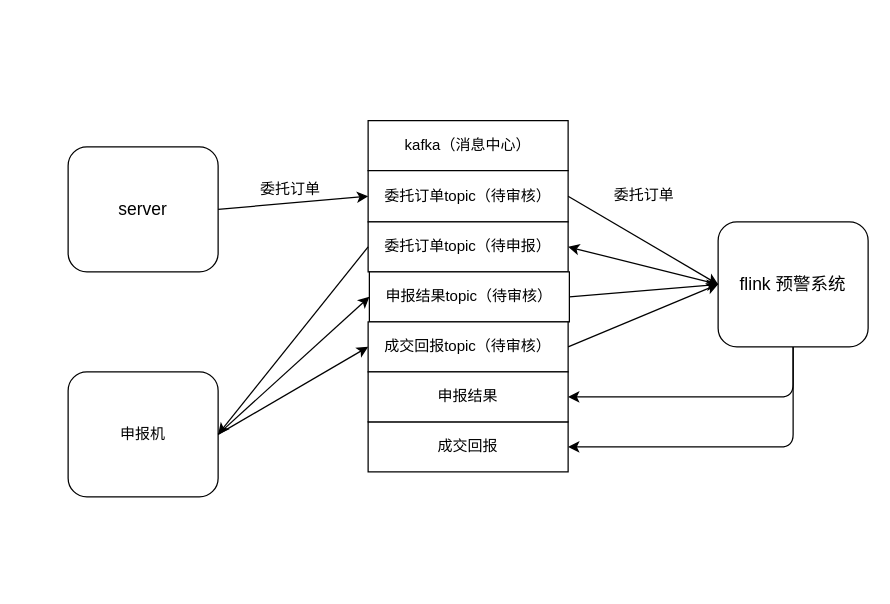
felixlin47/hello-world keeps this draw.io diagram as Untitled Diagram.drawio. Above is the earlier version. Source tidied: cells renumbered, new cells numbered last; positions are measured from the earlier drawing's top-left corner, leaving out a move shared by most shapes. Both pictures are drawn from the tidied source at 125%, with x=0, y=0 at pixel (68, 120).
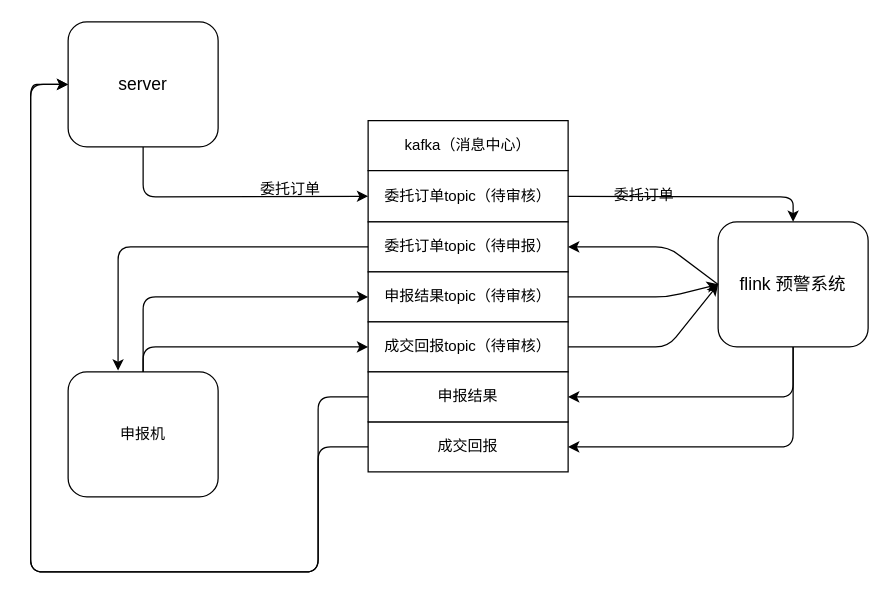
After the change.

Unchanged cells that the change refers to:
```xml
<mxCell id="2" value="申报机" style="rounded=1;whiteSpace=wrap;html=1;" parent="1" vertex="1">
  <mxGeometry y="201" width="120" height="100" as="geometry" />
</mxCell>
<mxCell id="4" value="委托订单topic（待审核）" style="rounded=0;whiteSpace=wrap;html=1;" parent="1" vertex="1">
  <mxGeometry x="240" y="40" width="160" height="41" as="geometry" />
</mxCell>
<mxCell id="5" value="委托订单topic（待申报）" style="rounded=0;whiteSpace=wrap;html=1;" parent="1" vertex="1">
  <mxGeometry x="240" y="81" width="160" height="40" as="geometry" />
</mxCell>
<mxCell id="7" value="成交回报topic（待审核）" style="rounded=0;whiteSpace=wrap;html=1;" parent="1" vertex="1">
  <mxGeometry x="240" y="161" width="160" height="40" as="geometry" />
</mxCell>
<mxCell id="8" value="成交回报" style="rounded=0;whiteSpace=wrap;html=1;" parent="1" vertex="1">
  <mxGeometry x="240" y="241" width="160" height="40" as="geometry" />
</mxCell>
<mxCell id="11" value="申报结果" style="rounded=0;whiteSpace=wrap;html=1;" parent="1" vertex="1">
  <mxGeometry x="240" y="201" width="160" height="40" as="geometry" />
</mxCell>
<mxCell id="13" value="&lt;font style=&quot;font-size: 14px&quot;&gt;flink 预警系统&lt;/font&gt;" style="rounded=1;whiteSpace=wrap;html=1;" parent="1" vertex="1">
  <mxGeometry x="520" y="81" width="120" height="100" as="geometry" />
</mxCell>
```

Change to the diagram source:
```diff
@@
     <mxCell id="6" value="申报结果topic（待审核）" style="rounded=0;whiteSpace=wrap;html=1;" parent="1" vertex="1">
-      <mxGeometry x="241" y="121" width="160" height="40" as="geometry" />
+      <mxGeometry x="240" y="121" width="160" height="40" as="geometry" />
     </mxCell>
@@
-    <mxCell id="9" style="endArrow=classic;html=1;exitX=1;exitY=0.5;exitDx=0;exitDy=0;entryX=0;entryY=0.5;entryDx=0;entryDy=0;" parent="1" edge="1" source="2" target="7">
-      <mxGeometry relative="1" as="geometry" />
+    <mxCell id="9" style="endArrow=classic;html=1;entryX=0;entryY=0.5;entryDx=0;entryDy=0;" parent="1" edge="1" target="7">
+      <mxGeometry relative="1" as="geometry">
+        <mxPoint x="60" y="201" as="sourcePoint" />
+        <Array as="points">
+          <mxPoint x="60" y="181" />
+        </Array>
+      </mxGeometry>
     </mxCell>
-    <mxCell id="10" style="endArrow=classic;html=1;exitX=0;exitY=0.5;exitDx=0;exitDy=0;entryX=1;entryY=0.5;entryDx=0;entryDy=0;" parent="1" edge="1" source="5" target="2">
-      <mxGeometry relative="1" as="geometry" />
+    <mxCell id="10" style="endArrow=classic;html=1;exitX=0;exitY=0.5;exitDx=0;exitDy=0;entryX=0.333;entryY=-0.01;entryDx=0;entryDy=0;entryPerimeter=0;" parent="1" edge="1" source="5" target="2">
+      <mxGeometry relative="1" as="geometry">
+        <Array as="points">
+          <mxPoint x="40" y="101" />
+        </Array>
+      </mxGeometry>
     </mxCell>
@@
     <mxCell id="12" value="&lt;font style=&quot;font-size: 14px&quot;&gt;server&lt;/font&gt;" style="rounded=1;whiteSpace=wrap;html=1;" parent="1" vertex="1">
-      <mxGeometry y="21" width="120" height="100" as="geometry" />
+      <mxGeometry y="-79" width="120" height="100" as="geometry" />
     </mxCell>
@@
-    <mxCell id="14" style="endArrow=classic;html=1;exitX=1;exitY=0.5;exitDx=0;exitDy=0;entryX=0;entryY=0.5;entryDx=0;entryDy=0;" parent="1" edge="1" source="4" target="13">
-      <mxGeometry relative="1" as="geometry" />
+    <mxCell id="14" style="endArrow=classic;html=1;exitX=1;exitY=0.5;exitDx=0;exitDy=0;entryX=0.5;entryY=0;entryDx=0;entryDy=0;" parent="1" edge="1" source="4" target="13">
+      <mxGeometry relative="1" as="geometry">
+        <Array as="points">
+          <mxPoint x="580" y="61" />
+        </Array>
+      </mxGeometry>
     </mxCell>
@@
     <mxCell id="17" style="endArrow=classic;html=1;entryX=1;entryY=0.5;entryDx=0;entryDy=0;exitX=0;exitY=0.5;exitDx=0;exitDy=0;" parent="1" edge="1" source="13" target="5">
-      <mxGeometry relative="1" as="geometry" />
+      <mxGeometry relative="1" as="geometry">
+        <Array as="points">
+          <mxPoint x="480" y="101" />
+        </Array>
+      </mxGeometry>
     </mxCell>
-    <mxCell id="18" style="endArrow=classic;html=1;exitX=1;exitY=0.5;exitDx=0;exitDy=0;entryX=0;entryY=0.5;entryDx=0;entryDy=0;" parent="1" edge="1" source="12" target="4">
-      <mxGeometry relative="1" as="geometry" />
+    <mxCell id="18" style="endArrow=classic;html=1;exitX=0.5;exitY=1;exitDx=0;exitDy=0;entryX=0;entryY=0.5;entryDx=0;entryDy=0;" parent="1" edge="1" source="12" target="4">
+      <mxGeometry relative="1" as="geometry">
+        <Array as="points">
+          <mxPoint x="60" y="61" />
+        </Array>
+      </mxGeometry>
     </mxCell>
-    <mxCell id="19" style="endArrow=classic;html=1;exitX=1;exitY=0.5;exitDx=0;exitDy=0;entryX=0;entryY=0.5;entryDx=0;entryDy=0;" parent="1" edge="1" source="2" target="6">
-      <mxGeometry relative="1" as="geometry" />
+    <mxCell id="19" style="endArrow=classic;html=1;exitX=0.5;exitY=0;exitDx=0;exitDy=0;entryX=0;entryY=0.5;entryDx=0;entryDy=0;" parent="1" edge="1" source="2" target="6">
+      <mxGeometry relative="1" as="geometry">
+        <Array as="points">
+          <mxPoint x="60" y="141" />
+        </Array>
+      </mxGeometry>
     </mxCell>
     <mxCell id="20" style="endArrow=classic;html=1;entryX=0;entryY=0.5;entryDx=0;entryDy=0;exitX=1;exitY=0.5;exitDx=0;exitDy=0;" parent="1" edge="1" source="6" target="13">
-      <mxGeometry relative="1" as="geometry" />
+      <mxGeometry relative="1" as="geometry">
+        <Array as="points">
+          <mxPoint x="480" y="141" />
+        </Array>
+      </mxGeometry>
     </mxCell>
     <mxCell id="21" style="endArrow=classic;html=1;entryX=0;entryY=0.5;entryDx=0;entryDy=0;exitX=1;exitY=0.5;exitDx=0;exitDy=0;" parent="1" edge="1" source="7" target="13">
-      <mxGeometry relative="1" as="geometry" />
+      <mxGeometry relative="1" as="geometry">
+        <Array as="points">
+          <mxPoint x="480" y="181" />
+        </Array>
+      </mxGeometry>
     </mxCell>
@@
+    <mxCell id="24" style="endArrow=classic;html=1;exitX=0;exitY=0.5;exitDx=0;exitDy=0;entryX=0;entryY=0.5;entryDx=0;entryDy=0;" parent="1" edge="1" source="11" target="12">
+      <mxGeometry relative="1" as="geometry">
+        <Array as="points">
+          <mxPoint x="200" y="221" />
+          <mxPoint x="200" y="361" />
+          <mxPoint x="-30" y="361" />
+          <mxPoint x="-30" y="-29" />
+          <mxPoint x="-20" y="-29" />
+        </Array>
+      </mxGeometry>
+    </mxCell>
+    <mxCell id="25" style="endArrow=classic;html=1;exitX=0;exitY=0.5;exitDx=0;exitDy=0;entryX=0;entryY=0.5;entryDx=0;entryDy=0;" parent="1" edge="1" source="8" target="12">
+      <mxGeometry relative="1" as="geometry">
+        <Array as="points">
+          <mxPoint x="200" y="261" />
+          <mxPoint x="200" y="361" />
+          <mxPoint x="-30" y="361" />
+          <mxPoint x="-30" y="-29" />
+        </Array>
+      </mxGeometry>
+    </mxCell>
```
